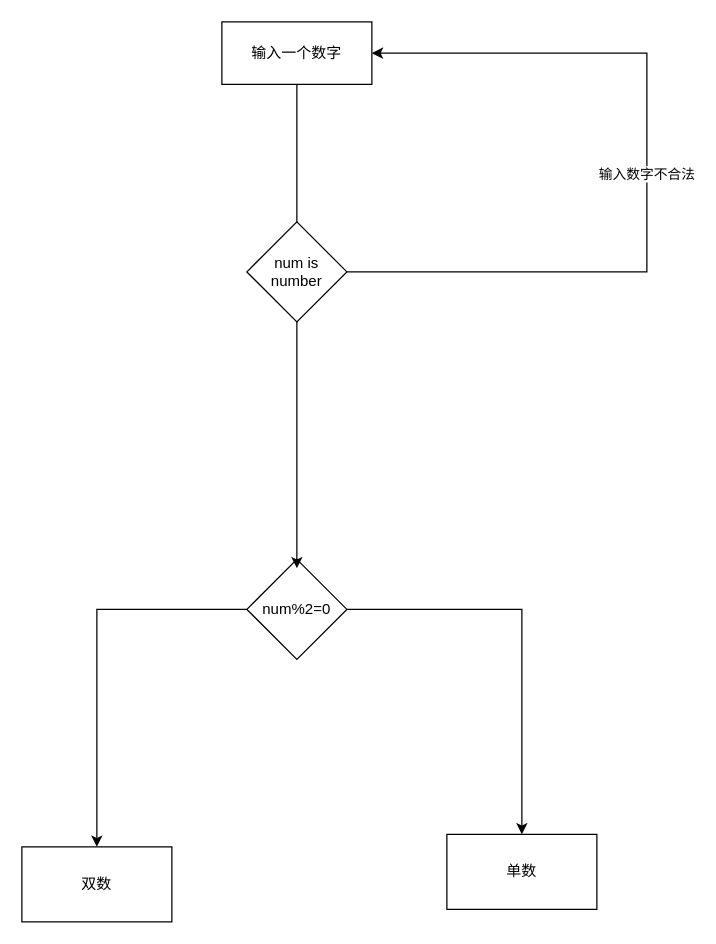
The draw.io diagram 流程.drawio in zhang-zhonggui/draw, before the edit. Source tidied: cells renumbered, new cells numbered last; positions are measured from the earlier drawing's top-left corner, leaving out a move shared by most shapes. Both pictures are drawn from the tidied source at 125%, with x=0, y=0 at pixel (21, 21).
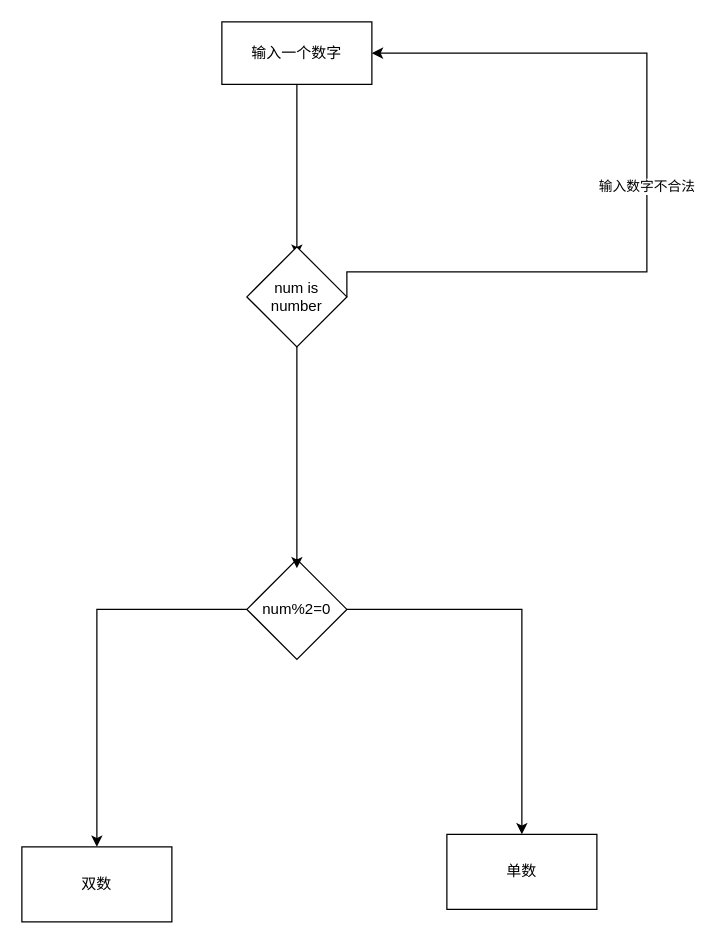
After the change.

The edit, as a diff of the source:
```diff
@@
 <mxGraphModel>
   <root>
     <mxCell id="0" />
     <mxCell id="1" parent="0" />
     <mxCell id="2" value="输入一个数字" style="rounded=0;whiteSpace=wrap;html=1;" parent="1" vertex="1">
       <mxGeometry x="160" width="120" height="50" as="geometry" />
     </mxCell>
     <mxCell id="3" style="edgeStyle=orthogonalEdgeStyle;rounded=0;jettySize=auto;html=1;exitX=0;exitY=0.5;exitDx=0;exitDy=0;" parent="1" edge="1" source="5" target="6">
       <mxGeometry relative="1" as="geometry" />
     </mxCell>
     <mxCell id="4" style="edgeStyle=orthogonalEdgeStyle;rounded=0;jettySize=auto;html=1;exitX=1;exitY=0.5;exitDx=0;exitDy=0;" parent="1" edge="1" source="5" target="7">
       <mxGeometry relative="1" as="geometry" />
     </mxCell>
     <mxCell id="5" value="num%2=0" style="rhombus;whiteSpace=wrap;html=1;" parent="1" vertex="1">
       <mxGeometry x="180" y="430" width="80" height="80" as="geometry" />
     </mxCell>
     <mxCell id="6" value="双数" style="rounded=0;whiteSpace=wrap;html=1;" parent="1" vertex="1">
       <mxGeometry y="660" width="120" height="60" as="geometry" />
     </mxCell>
     <mxCell id="7" value="单数" style="rounded=0;whiteSpace=wrap;html=1;" parent="1" vertex="1">
       <mxGeometry x="340" y="650" width="120" height="60" as="geometry" />
     </mxCell>
-    <mxCell id="8" style="edgeStyle=orthogonalEdgeStyle;rounded=0;jettySize=auto;html=1;entryX=0.5;entryY=0.088;entryDx=0;entryDy=0;entryPerimeter=0;" parent="1" edge="1" source="2" target="5">
+    <mxCell id="8" style="edgeStyle=orthogonalEdgeStyle;rounded=0;jettySize=auto;html=1;entryX=0.5;entryY=0.088;entryDx=0;entryDy=0;entryPerimeter=0;" parent="1" edge="1" source="10" target="5">
       <mxGeometry relative="1" as="geometry" />
     </mxCell>
     <mxCell id="9" value="输入数字不合法" style="edgeStyle=orthogonalEdgeStyle;rounded=0;jettySize=auto;html=1;exitX=1;exitY=0.5;exitDx=0;exitDy=0;entryX=1;entryY=0.5;entryDx=0;entryDy=0;" parent="1" edge="1" source="10" target="2">
       <mxGeometry relative="1" as="geometry">
         <Array as="points">
           <mxPoint x="500" y="200" />
           <mxPoint x="500" y="25" />
         </Array>
       </mxGeometry>
     </mxCell>
+    <mxCell id="11" style="edgeStyle=orthogonalEdgeStyle;rounded=0;jettySize=auto;html=1;entryX=0.5;entryY=0.088;entryDx=0;entryDy=0;entryPerimeter=0;" parent="1" edge="1" source="2" target="10">
+      <mxGeometry relative="1" as="geometry" />
+    </mxCell>
     <mxCell id="10" value="num is number" style="rhombus;whiteSpace=wrap;html=1;" parent="1" vertex="1">
-      <mxGeometry x="180" y="160" width="80" height="80" as="geometry" />
+      <mxGeometry x="180" y="180" width="80" height="80" as="geometry" />
     </mxCell>
   </root>
 </mxGraphModel>
```
